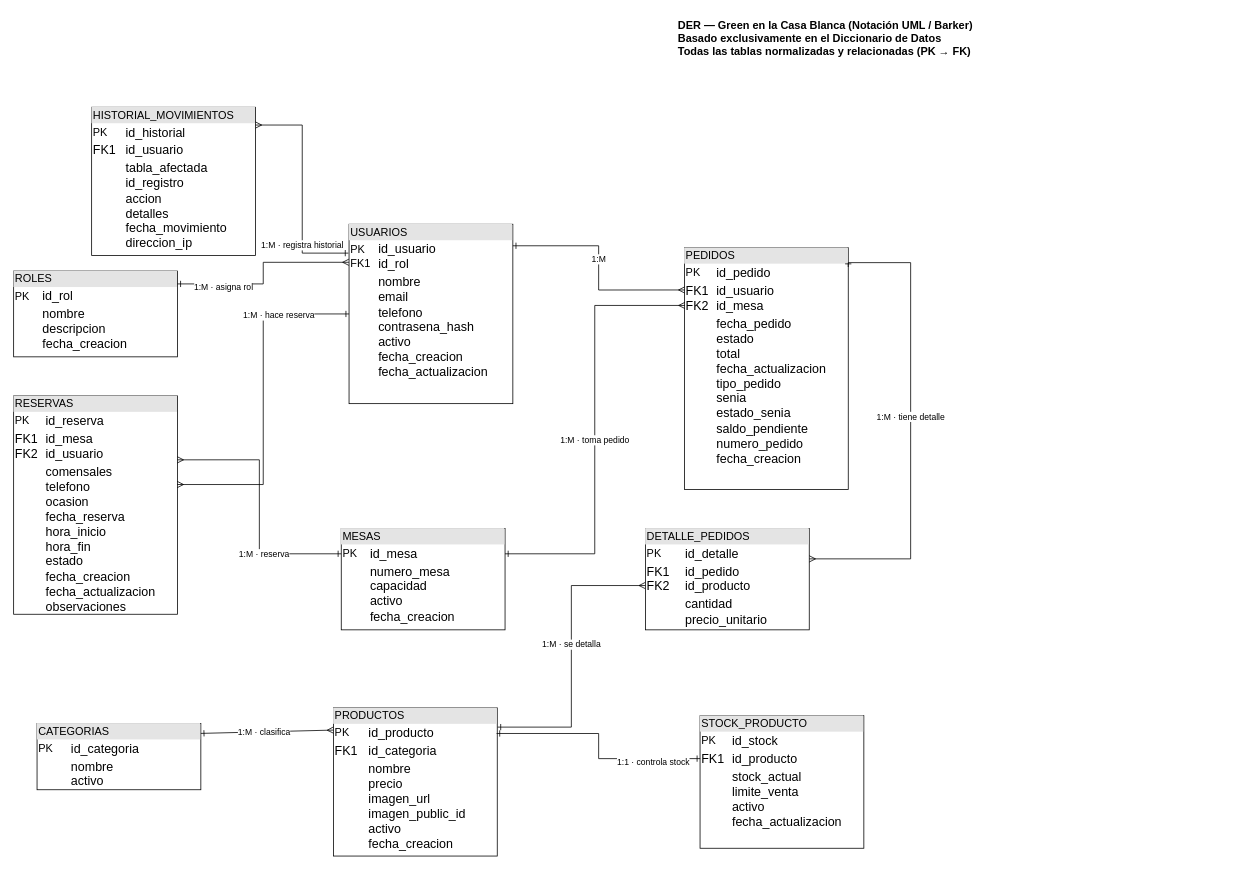
Above: entregables/DER_Green_Casa_Blanca.drawio in ynnxx23/Green (draw.io), before the change. Source tidied: cells renumbered, new cells numbered last; positions are measured from the earlier drawing's top-left corner, leaving out a move shared by most shapes. Both pictures are drawn from the tidied source at 78%, with x=0, y=0 at pixel (13, 13).
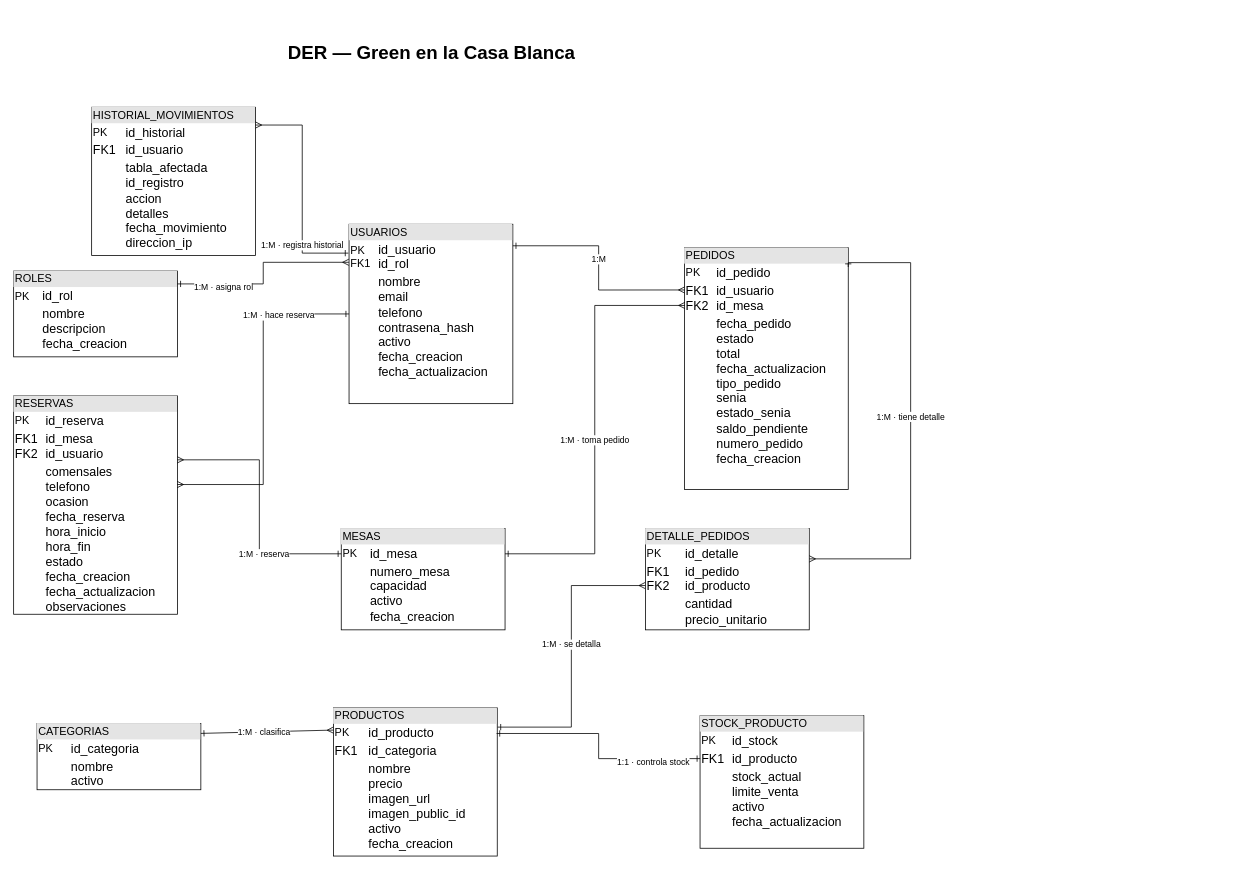
The same diagram, later.

Change to the diagram source:
```diff
@@
-    <mxCell id="2" value="DER — Green en la Casa Blanca (Notación UML / Barker)&#10;Basado exclusivamente en el Diccionario de Datos&#10;Todas las tablas normalizadas y relacionadas (PK → FK)" style="text;html=1;align=left;verticalAlign=top;fontSize=14;fontStyle=1;whiteSpace=wrap;" parent="1" vertex="1">
-      <mxGeometry x="850" width="700" height="60" as="geometry" />
+    <mxCell id="2" value="&lt;font style=&quot;font-size: 24px;&quot;&gt;DER — Green en la Casa Blanca&amp;nbsp;&lt;/font&gt;" style="text;html=1;align=left;verticalAlign=top;fontSize=14;fontStyle=1;whiteSpace=wrap;" parent="1" vertex="1">
+      <mxGeometry x="350" y="30" width="530" height="60" as="geometry" />
     </mxCell>
```
